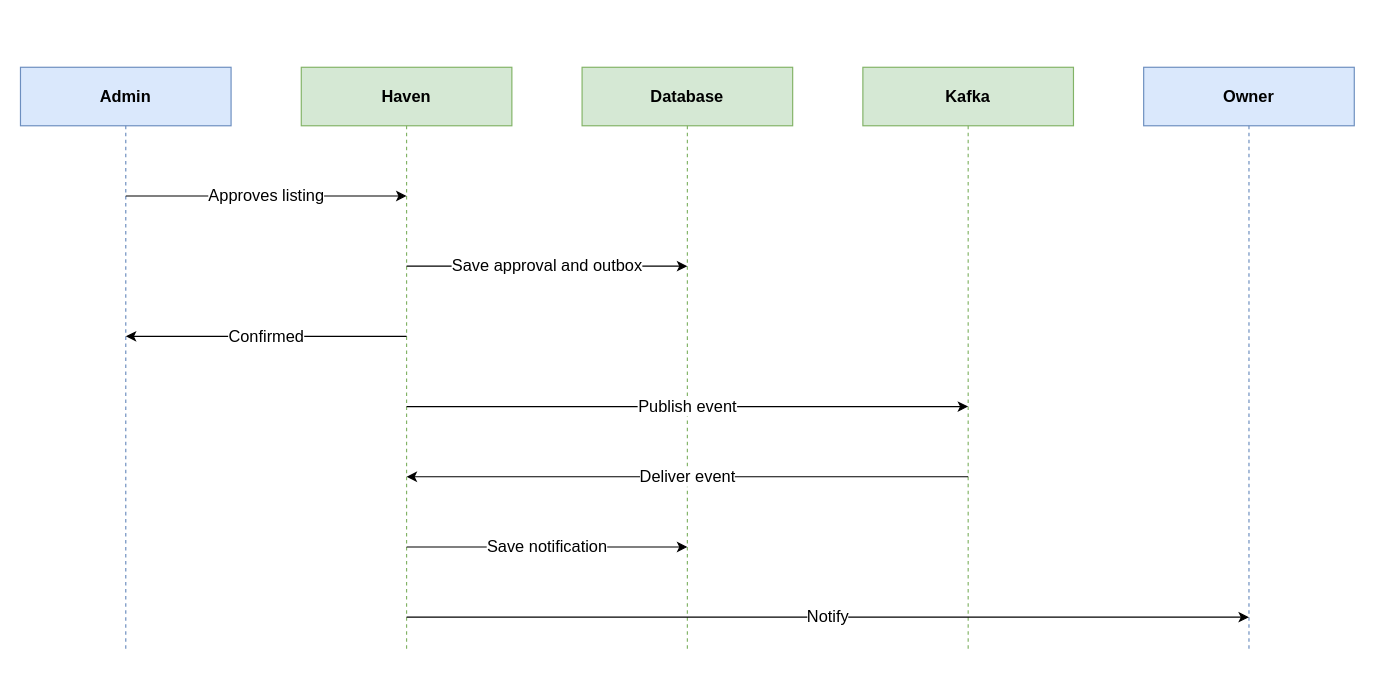
Before: page "LISTING_APPROVED" (3 of 3) of docs/diagrams-simple/03-sequence-kafka-flows.drawio in DreamHom/haven, a draw.io diagram. Source tidied: cells renumbered, new cells numbered last; positions are measured from the earlier drawing's top-left corner, leaving out a move shared by most shapes. Both pictures are drawn from the tidied source at 117%, with x=0, y=0 at pixel (20, 67).
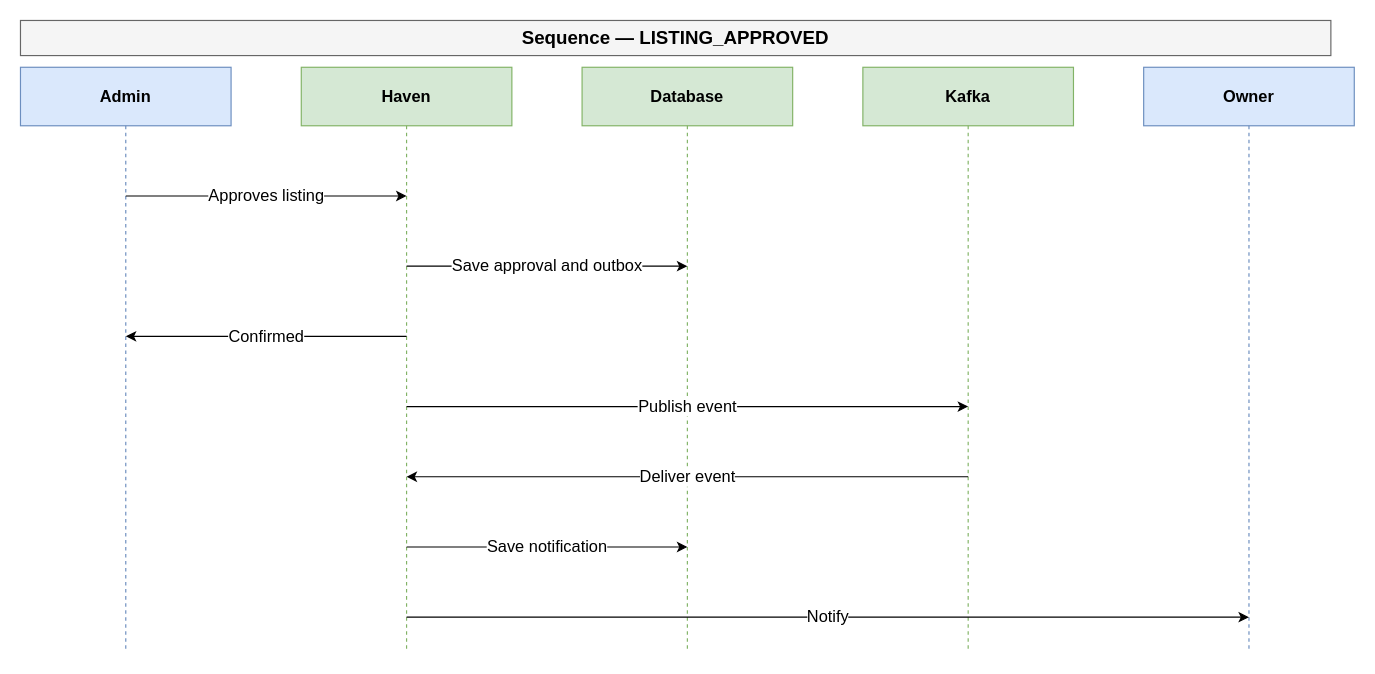
After the change.

Commit message (it also covers changes not shown here):
Update and expand system architecture diagram; add sequence diagrams for key workflows

What changed in the source:
```diff
@@
+    <mxCell id="19" value="Sequence — LISTING_APPROVED" style="rounded=0;whiteSpace=wrap;html=1;fillColor=#f5f5f5;strokeColor=#666666;fontFamily=Helvetica;fontSize=16;fontStyle=1;align=center;verticalAlign=middle;" parent="1" vertex="1">
+      <mxGeometry y="-40" width="1120" height="30" as="geometry" />
+    </mxCell>
```
